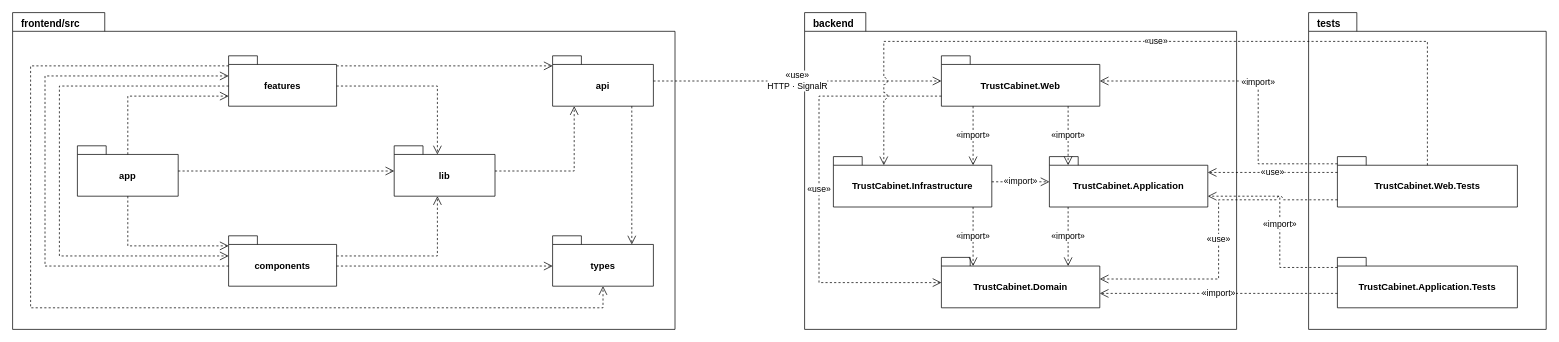
The draw.io diagram docs/15-package-diagram/package-tong-quan.drawio in callmehai/FU-FA26-G116, before the edit. Source tidied: cells renumbered, new cells numbered last; positions are measured from the earlier drawing's top-left corner, leaving out a move shared by most shapes. Both pictures are drawn from the tidied source at 72%, with x=0, y=0 at pixel (12, 12).
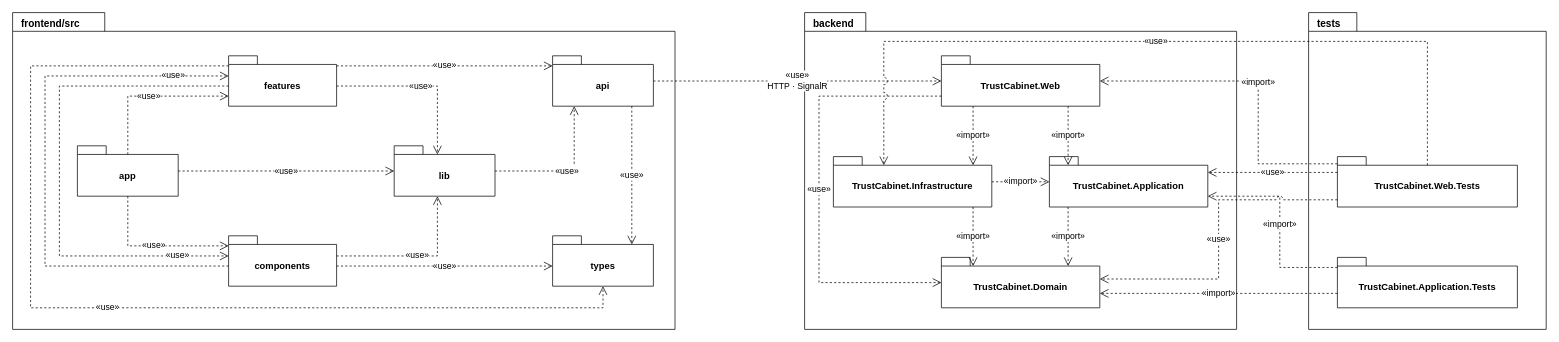
The same diagram, later.

Unchanged cells that the change refers to:
```xml
<mxCell id="3" value="app" style="shape=folder;tabWidth=40;tabHeight=12;tabPosition=left;verticalAlign=middle;align=center;spacingTop=12;fontStyle=1;fontSize=13;html=1;whiteSpace=wrap;fillColor=#ffffff;strokeColor=#000000;fontColor=#000000;fontFamily=Helvetica;" parent="2" vertex="1">
  <mxGeometry x="90" y="185" width="140" height="70" as="geometry" />
</mxCell>
<mxCell id="4" value="features" style="shape=folder;tabWidth=40;tabHeight=12;tabPosition=left;verticalAlign=middle;align=center;spacingTop=12;fontStyle=1;fontSize=13;html=1;whiteSpace=wrap;fillColor=#ffffff;strokeColor=#000000;fontColor=#000000;fontFamily=Helvetica;" parent="2" vertex="1">
  <mxGeometry x="300" y="60" width="150" height="70" as="geometry" />
</mxCell>
<mxCell id="5" value="components" style="shape=folder;tabWidth=40;tabHeight=12;tabPosition=left;verticalAlign=middle;align=center;spacingTop=12;fontStyle=1;fontSize=13;html=1;whiteSpace=wrap;fillColor=#ffffff;strokeColor=#000000;fontColor=#000000;fontFamily=Helvetica;" parent="2" vertex="1">
  <mxGeometry x="300" y="310" width="150" height="70" as="geometry" />
</mxCell>
<mxCell id="6" value="lib" style="shape=folder;tabWidth=40;tabHeight=12;tabPosition=left;verticalAlign=middle;align=center;spacingTop=12;fontStyle=1;fontSize=13;html=1;whiteSpace=wrap;fillColor=#ffffff;strokeColor=#000000;fontColor=#000000;fontFamily=Helvetica;" parent="2" vertex="1">
  <mxGeometry x="530" y="185" width="140" height="70" as="geometry" />
</mxCell>
<mxCell id="7" value="api" style="shape=folder;tabWidth=40;tabHeight=12;tabPosition=left;verticalAlign=middle;align=center;spacingTop=12;fontStyle=1;fontSize=13;html=1;whiteSpace=wrap;fillColor=#ffffff;strokeColor=#000000;fontColor=#000000;fontFamily=Helvetica;" parent="2" vertex="1">
  <mxGeometry x="750" y="60" width="140" height="70" as="geometry" />
</mxCell>
<mxCell id="8" value="types" style="shape=folder;tabWidth=40;tabHeight=12;tabPosition=left;verticalAlign=middle;align=center;spacingTop=12;fontStyle=1;fontSize=13;html=1;whiteSpace=wrap;fillColor=#ffffff;strokeColor=#000000;fontColor=#000000;fontFamily=Helvetica;" parent="2" vertex="1">
  <mxGeometry x="750" y="310" width="140" height="70" as="geometry" />
</mxCell>
```

Diff of the diagram source:
```diff
@@
-    <mxCell id="17" style="endArrow=open;endFill=0;endSize=10;dashed=1;rounded=0;html=1;strokeColor=#000000;fontColor=#000000;fontFamily=Helvetica;fontSize=12;labelBackgroundColor=#ffffff;exitX=0.5;exitY=0.1714;exitDx=0;exitDy=0;exitPerimeter=0;entryX=0;entryY=0.8;entryDx=0;entryDy=0;entryPerimeter=0;" parent="1" edge="1" source="3" target="4">
+    <mxCell id="17" value="«use»" style="endArrow=open;endFill=0;endSize=10;dashed=1;rounded=0;html=1;strokeColor=#000000;fontColor=#000000;fontFamily=Helvetica;fontSize=12;labelBackgroundColor=#ffffff;exitX=0.5;exitY=0.1714;exitDx=0;exitDy=0;exitPerimeter=0;entryX=0;entryY=0.8;entryDx=0;entryDy=0;entryPerimeter=0;" parent="1" edge="1" source="3" target="4">
       <mxGeometry relative="1" as="geometry">
         <Array as="points">
           <mxPoint x="160" y="116" />
         </Array>
       </mxGeometry>
     </mxCell>
-    <mxCell id="18" style="endArrow=open;endFill=0;endSize=10;dashed=1;rounded=0;html=1;strokeColor=#000000;fontColor=#000000;fontFamily=Helvetica;fontSize=12;labelBackgroundColor=#ffffff;exitX=0.5;exitY=1;exitDx=0;exitDy=0;exitPerimeter=0;entryX=0;entryY=0.2;entryDx=0;entryDy=0;entryPerimeter=0;" parent="1" edge="1" source="3" target="5">
+    <mxCell id="18" value="«use»" style="endArrow=open;endFill=0;endSize=10;dashed=1;rounded=0;html=1;strokeColor=#000000;fontColor=#000000;fontFamily=Helvetica;fontSize=12;labelBackgroundColor=#ffffff;exitX=0.5;exitY=1;exitDx=0;exitDy=0;exitPerimeter=0;entryX=0;entryY=0.2;entryDx=0;entryDy=0;entryPerimeter=0;" parent="1" edge="1" source="3" target="5">
       <mxGeometry relative="1" as="geometry">
         <Array as="points">
           <mxPoint x="160" y="324" />
         </Array>
       </mxGeometry>
     </mxCell>
-    <mxCell id="19" style="endArrow=open;endFill=0;endSize=10;dashed=1;rounded=0;html=1;strokeColor=#000000;fontColor=#000000;fontFamily=Helvetica;fontSize=12;labelBackgroundColor=#ffffff;exitX=1;exitY=0.5;exitDx=0;exitDy=0;exitPerimeter=0;entryX=0;entryY=0.5;entryDx=0;entryDy=0;entryPerimeter=0;" parent="1" edge="1" source="3" target="6">
+    <mxCell id="19" value="«use»" style="endArrow=open;endFill=0;endSize=10;dashed=1;rounded=0;html=1;strokeColor=#000000;fontColor=#000000;fontFamily=Helvetica;fontSize=12;labelBackgroundColor=#ffffff;exitX=1;exitY=0.5;exitDx=0;exitDy=0;exitPerimeter=0;entryX=0;entryY=0.5;entryDx=0;entryDy=0;entryPerimeter=0;" parent="1" edge="1" source="3" target="6">
       <mxGeometry relative="1" as="geometry" />
     </mxCell>
-    <mxCell id="20" style="endArrow=open;endFill=0;endSize=10;dashed=1;rounded=0;html=1;strokeColor=#000000;fontColor=#000000;fontFamily=Helvetica;fontSize=12;labelBackgroundColor=#ffffff;exitX=0;exitY=0.2;exitDx=0;exitDy=0;exitPerimeter=0;entryX=0.5;entryY=1;entryDx=0;entryDy=0;entryPerimeter=0;" parent="1" edge="1" source="4" target="8">
+    <mxCell id="20" value="«use»" style="endArrow=open;endFill=0;endSize=10;dashed=1;rounded=0;html=1;strokeColor=#000000;fontColor=#000000;fontFamily=Helvetica;fontSize=12;labelBackgroundColor=#ffffff;exitX=0;exitY=0.2;exitDx=0;exitDy=0;exitPerimeter=0;entryX=0.5;entryY=1;entryDx=0;entryDy=0;entryPerimeter=0;" parent="1" edge="1" source="4" target="8">
       <mxGeometry relative="1" as="geometry">
         <Array as="points">
           <mxPoint x="25" y="74" />
           <mxPoint x="25" y="410" />
           <mxPoint x="820" y="410" />
         </Array>
       </mxGeometry>
     </mxCell>
-    <mxCell id="21" style="endArrow=open;endFill=0;endSize=10;dashed=1;rounded=0;html=1;strokeColor=#000000;fontColor=#000000;fontFamily=Helvetica;fontSize=12;labelBackgroundColor=#ffffff;exitX=0;exitY=0.6;exitDx=0;exitDy=0;exitPerimeter=0;entryX=0;entryY=0.4;entryDx=0;entryDy=0;entryPerimeter=0;" parent="1" edge="1" source="5" target="4">
-      <mxGeometry relative="1" as="geometry">
+    <mxCell id="21" value="«use»" style="endArrow=open;endFill=0;endSize=10;dashed=1;rounded=0;html=1;strokeColor=#000000;fontColor=#000000;fontFamily=Helvetica;fontSize=12;labelBackgroundColor=#ffffff;exitX=0;exitY=0.6;exitDx=0;exitDy=0;exitPerimeter=0;entryX=0;entryY=0.4;entryDx=0;entryDy=0;entryPerimeter=0;" parent="1" edge="1" source="5" target="4">
+      <mxGeometry x="0.8" relative="1" as="geometry">
         <Array as="points">
           <mxPoint x="45" y="352" />
           <mxPoint x="45" y="88" />
         </Array>
       </mxGeometry>
     </mxCell>
-    <mxCell id="22" style="endArrow=open;endFill=0;endSize=10;dashed=1;rounded=0;html=1;strokeColor=#000000;fontColor=#000000;fontFamily=Helvetica;fontSize=12;labelBackgroundColor=#ffffff;exitX=0;exitY=0.6;exitDx=0;exitDy=0;exitPerimeter=0;entryX=0;entryY=0.4;entryDx=0;entryDy=0;entryPerimeter=0;" parent="1" edge="1" source="4" target="5">
-      <mxGeometry relative="1" as="geometry">
+    <mxCell id="22" value="«use»" style="endArrow=open;endFill=0;endSize=10;dashed=1;rounded=0;html=1;strokeColor=#000000;fontColor=#000000;fontFamily=Helvetica;fontSize=12;labelBackgroundColor=#ffffff;exitX=0;exitY=0.6;exitDx=0;exitDy=0;exitPerimeter=0;entryX=0;entryY=0.4;entryDx=0;entryDy=0;entryPerimeter=0;" parent="1" edge="1" source="4" target="5">
+      <mxGeometry x="0.8" relative="1" as="geometry">
         <Array as="points">
           <mxPoint x="65" y="102" />
           <mxPoint x="65" y="338" />
         </Array>
       </mxGeometry>
     </mxCell>
-    <mxCell id="23" style="endArrow=open;endFill=0;endSize=10;dashed=1;rounded=0;html=1;strokeColor=#000000;fontColor=#000000;fontFamily=Helvetica;fontSize=12;labelBackgroundColor=#ffffff;exitX=1;exitY=0.2;exitDx=0;exitDy=0;exitPerimeter=0;entryX=0;entryY=0.2;entryDx=0;entryDy=0;entryPerimeter=0;" parent="1" edge="1" source="4" target="7">
+    <mxCell id="23" value="«use»" style="endArrow=open;endFill=0;endSize=10;dashed=1;rounded=0;html=1;strokeColor=#000000;fontColor=#000000;fontFamily=Helvetica;fontSize=12;labelBackgroundColor=#ffffff;exitX=1;exitY=0.2;exitDx=0;exitDy=0;exitPerimeter=0;entryX=0;entryY=0.2;entryDx=0;entryDy=0;entryPerimeter=0;" parent="1" edge="1" source="4" target="7">
       <mxGeometry relative="1" as="geometry" />
     </mxCell>
-    <mxCell id="24" style="endArrow=open;endFill=0;endSize=10;dashed=1;rounded=0;html=1;strokeColor=#000000;fontColor=#000000;fontFamily=Helvetica;fontSize=12;labelBackgroundColor=#ffffff;exitX=1;exitY=0.6;exitDx=0;exitDy=0;exitPerimeter=0;entryX=0.4286;entryY=0.1714;entryDx=0;entryDy=0;entryPerimeter=0;" parent="1" edge="1" source="4" target="6">
+    <mxCell id="24" value="«use»" style="endArrow=open;endFill=0;endSize=10;dashed=1;rounded=0;html=1;strokeColor=#000000;fontColor=#000000;fontFamily=Helvetica;fontSize=12;labelBackgroundColor=#ffffff;exitX=1;exitY=0.6;exitDx=0;exitDy=0;exitPerimeter=0;entryX=0.4286;entryY=0.1714;entryDx=0;entryDy=0;entryPerimeter=0;" parent="1" edge="1" source="4" target="6">
       <mxGeometry relative="1" as="geometry">
         <Array as="points">
           <mxPoint x="590" y="102" />
         </Array>
       </mxGeometry>
     </mxCell>
-    <mxCell id="25" style="endArrow=open;endFill=0;endSize=10;dashed=1;rounded=0;html=1;strokeColor=#000000;fontColor=#000000;fontFamily=Helvetica;fontSize=12;labelBackgroundColor=#ffffff;exitX=1;exitY=0.4;exitDx=0;exitDy=0;exitPerimeter=0;entryX=0.4286;entryY=1;entryDx=0;entryDy=0;entryPerimeter=0;" parent="1" edge="1" source="5" target="6">
+    <mxCell id="25" value="«use»" style="endArrow=open;endFill=0;endSize=10;dashed=1;rounded=0;html=1;strokeColor=#000000;fontColor=#000000;fontFamily=Helvetica;fontSize=12;labelBackgroundColor=#ffffff;exitX=1;exitY=0.4;exitDx=0;exitDy=0;exitPerimeter=0;entryX=0.4286;entryY=1;entryDx=0;entryDy=0;entryPerimeter=0;" parent="1" edge="1" source="5" target="6">
       <mxGeometry relative="1" as="geometry">
         <Array as="points">
           <mxPoint x="590" y="338" />
         </Array>
       </mxGeometry>
     </mxCell>
-    <mxCell id="26" style="endArrow=open;endFill=0;endSize=10;dashed=1;rounded=0;html=1;strokeColor=#000000;fontColor=#000000;fontFamily=Helvetica;fontSize=12;labelBackgroundColor=#ffffff;exitX=1;exitY=0.6;exitDx=0;exitDy=0;exitPerimeter=0;entryX=0;entryY=0.6;entryDx=0;entryDy=0;entryPerimeter=0;" parent="1" edge="1" source="5" target="8">
+    <mxCell id="26" value="«use»" style="endArrow=open;endFill=0;endSize=10;dashed=1;rounded=0;html=1;strokeColor=#000000;fontColor=#000000;fontFamily=Helvetica;fontSize=12;labelBackgroundColor=#ffffff;exitX=1;exitY=0.6;exitDx=0;exitDy=0;exitPerimeter=0;entryX=0;entryY=0.6;entryDx=0;entryDy=0;entryPerimeter=0;" parent="1" edge="1" source="5" target="8">
       <mxGeometry relative="1" as="geometry" />
     </mxCell>
-    <mxCell id="27" style="endArrow=open;endFill=0;endSize=10;dashed=1;rounded=0;html=1;strokeColor=#000000;fontColor=#000000;fontFamily=Helvetica;fontSize=12;labelBackgroundColor=#ffffff;exitX=1;exitY=0.5;exitDx=0;exitDy=0;exitPerimeter=0;entryX=0.2143;entryY=1;entryDx=0;entryDy=0;entryPerimeter=0;" parent="1" edge="1" source="6" target="7">
+    <mxCell id="27" value="«use»" style="endArrow=open;endFill=0;endSize=10;dashed=1;rounded=0;html=1;strokeColor=#000000;fontColor=#000000;fontFamily=Helvetica;fontSize=12;labelBackgroundColor=#ffffff;exitX=1;exitY=0.5;exitDx=0;exitDy=0;exitPerimeter=0;entryX=0.2143;entryY=1;entryDx=0;entryDy=0;entryPerimeter=0;" parent="1" edge="1" source="6" target="7">
       <mxGeometry relative="1" as="geometry">
         <Array as="points">
           <mxPoint x="780" y="220" />
         </Array>
       </mxGeometry>
     </mxCell>
-    <mxCell id="28" style="endArrow=open;endFill=0;endSize=10;dashed=1;rounded=0;html=1;strokeColor=#000000;fontColor=#000000;fontFamily=Helvetica;fontSize=12;labelBackgroundColor=#ffffff;exitX=0.7857;exitY=1;exitDx=0;exitDy=0;exitPerimeter=0;entryX=0.7857;entryY=0.1714;entryDx=0;entryDy=0;entryPerimeter=0;" parent="1" edge="1" source="7" target="8">
+    <mxCell id="28" value="«use»" style="endArrow=open;endFill=0;endSize=10;dashed=1;rounded=0;html=1;strokeColor=#000000;fontColor=#000000;fontFamily=Helvetica;fontSize=12;labelBackgroundColor=#ffffff;exitX=0.7857;exitY=1;exitDx=0;exitDy=0;exitPerimeter=0;entryX=0.7857;entryY=0.1714;entryDx=0;entryDy=0;entryPerimeter=0;" parent="1" edge="1" source="7" target="8">
       <mxGeometry relative="1" as="geometry" />
     </mxCell>
```
